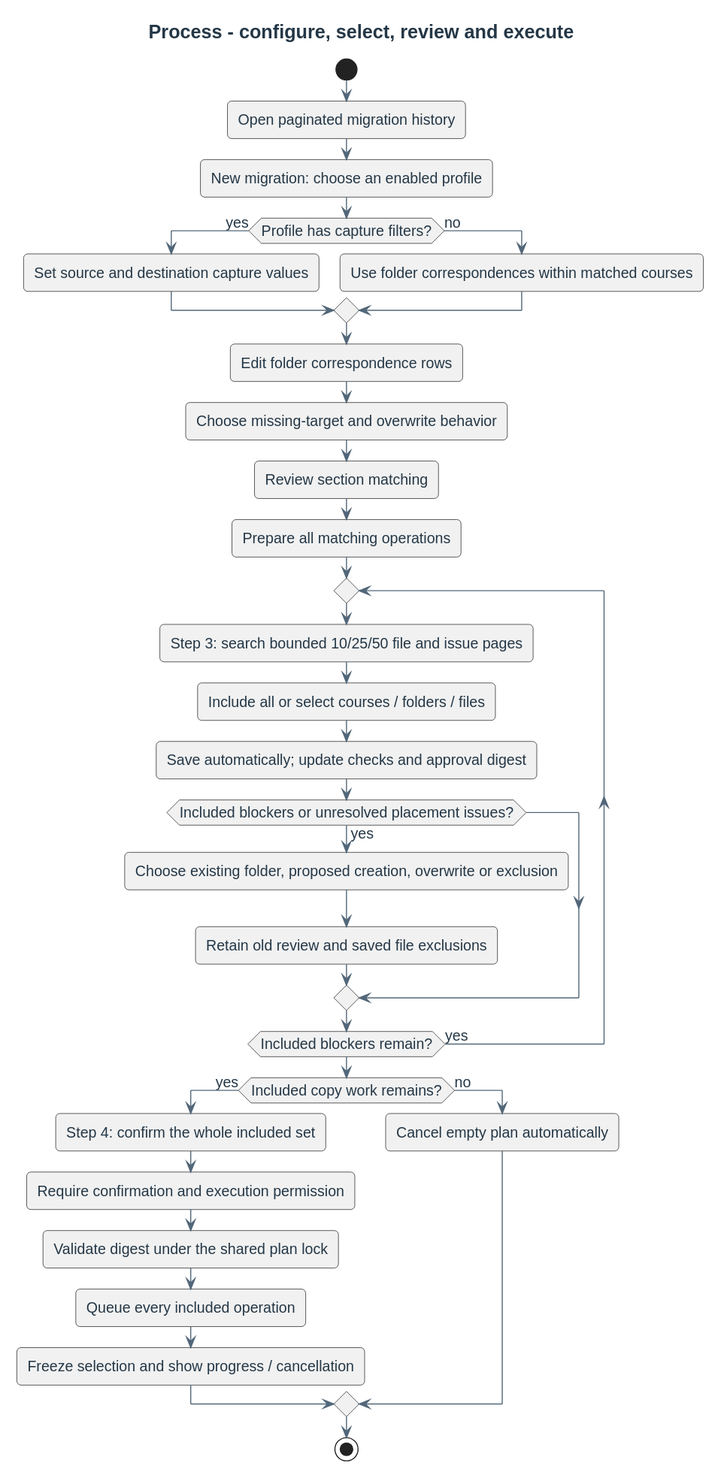
Before: docs/diagrams/behavior/processes/administration-migration.svg, a diagram exported from PlantUML (didactika/moodle-local_coursefiles).
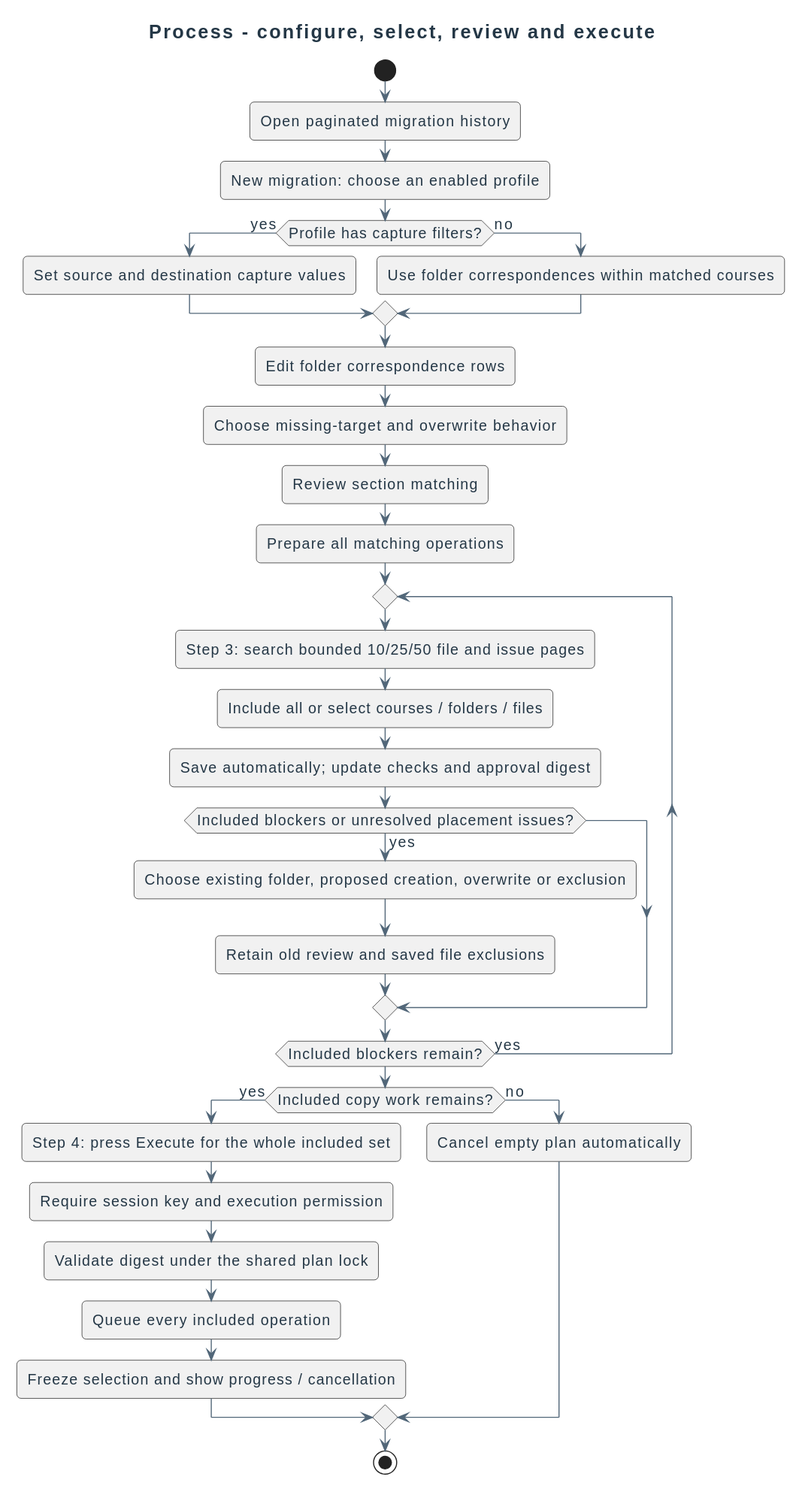
Later version of the same file.

Diff of the diagram source:
```diff
@@ -23,8 +23,8 @@
 endif
 repeat while (Included blockers remain?) is (yes)
 if (Included copy work remains?) then (yes)
-  :Step 4: confirm the whole included set;
-  :Require confirmation and execution permission;
+  :Step 4: press Execute for the whole included set;
+  :Require session key and execution permission;
   :Validate digest under the shared plan lock;
   :Queue every included operation;
   :Freeze selection and show progress / cancellation;
```
